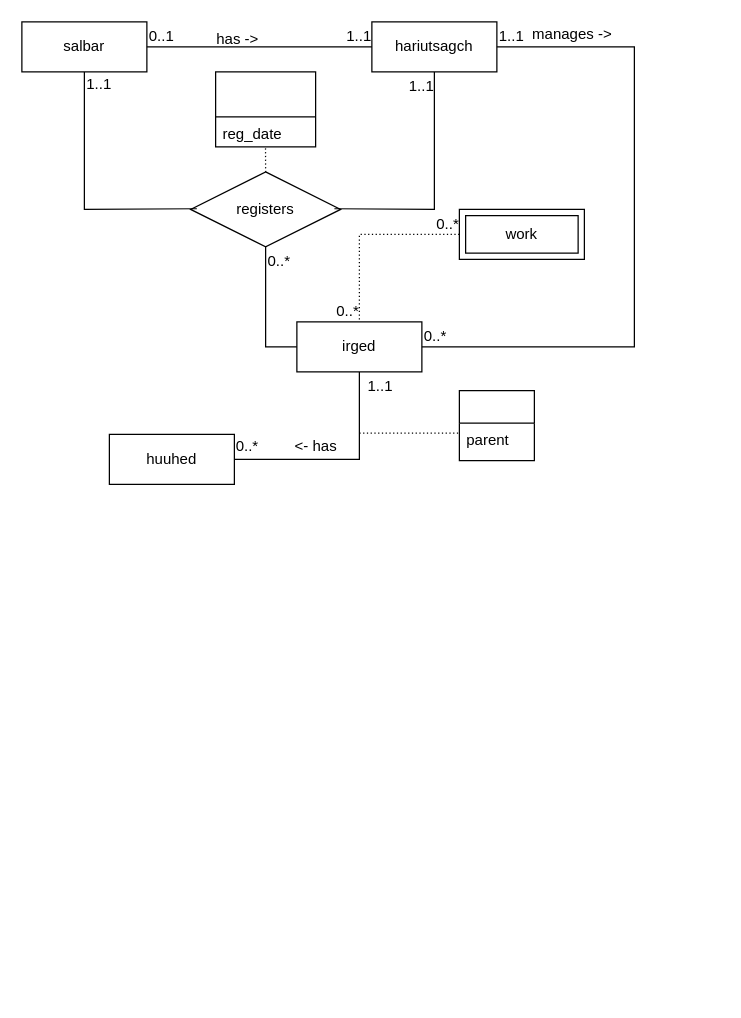
Earlier version of the draw.io diagram page "Page-1" (1 of 2) of Untitled Diagram.drawio (Tseku210/database_ERD). Source tidied: cells renumbered, new cells numbered last; positions are measured from the earlier drawing's top-left corner, leaving out a move shared by most shapes. Both pictures are drawn from the tidied source at 125%, with x=0, y=0 at pixel (21, 21).
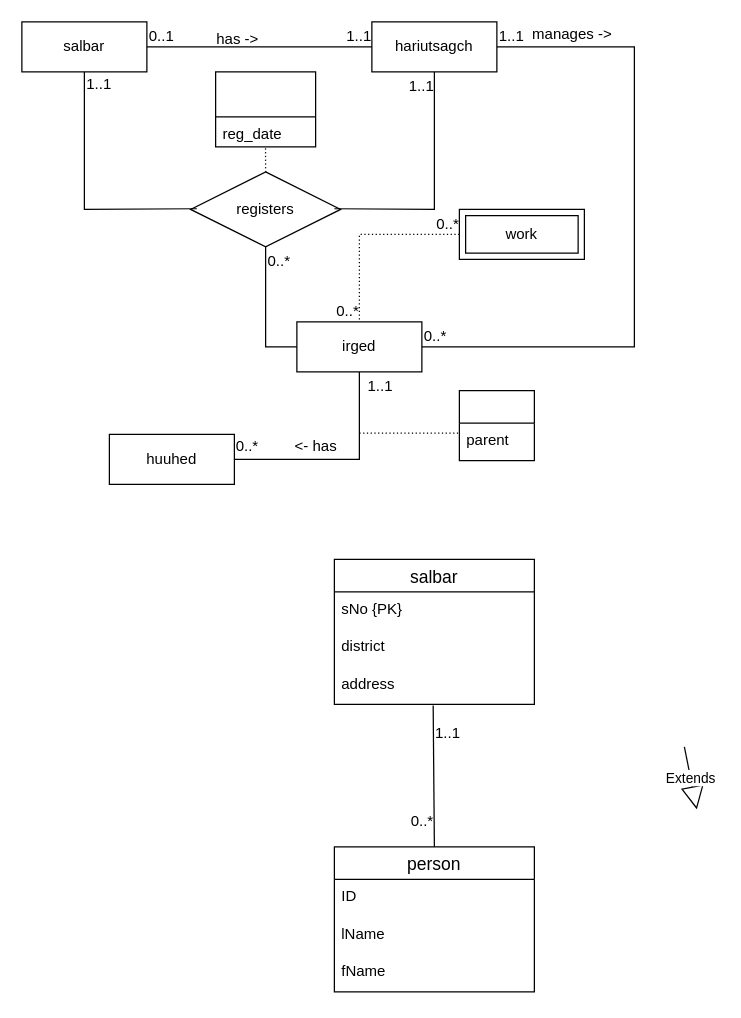
The same page after the edit.

Diff of the diagram source:
```diff
@@
+    <mxCell id="36" value="salbar" style="swimlane;fontStyle=0;horizontal=1;startSize=26;align=center;fontSize=14;" parent="1" vertex="1">
+      <mxGeometry x="250" y="430" width="160" height="116" as="geometry" />
+    </mxCell>
+    <mxCell id="37" value="sNo {PK}" style="text;strokeColor=none;fillColor=none;spacingLeft=4;spacingRight=4;overflow=hidden;fontSize=12;" parent="36" vertex="1">
+      <mxGeometry y="26" width="160" height="30" as="geometry" />
+    </mxCell>
+    <mxCell id="38" value="district" style="text;strokeColor=none;fillColor=none;spacingLeft=4;spacingRight=4;overflow=hidden;fontSize=12;" parent="36" vertex="1">
+      <mxGeometry y="56" width="160" height="30" as="geometry" />
+    </mxCell>
+    <mxCell id="39" value="address" style="text;strokeColor=none;fillColor=none;spacingLeft=4;spacingRight=4;overflow=hidden;points=[[0,0.5],[1,0.5]];portConstraint=eastwest;fontSize=12;" parent="36" vertex="1">
+      <mxGeometry y="86" width="160" height="30" as="geometry" />
+    </mxCell>
+    <mxCell id="40" value="person" style="swimlane;fontStyle=0;horizontal=1;startSize=26;align=center;fontSize=14;" parent="1" vertex="1">
+      <mxGeometry x="250" y="660" width="160" height="116" as="geometry" />
+    </mxCell>
+    <mxCell id="41" value="ID" style="text;strokeColor=none;fillColor=none;spacingLeft=4;spacingRight=4;overflow=hidden;fontSize=12;" parent="40" vertex="1">
+      <mxGeometry y="26" width="160" height="30" as="geometry" />
+    </mxCell>
+    <mxCell id="42" value="lName" style="text;strokeColor=none;fillColor=none;spacingLeft=4;spacingRight=4;overflow=hidden;fontSize=12;" parent="40" vertex="1">
+      <mxGeometry y="56" width="160" height="30" as="geometry" />
+    </mxCell>
+    <mxCell id="43" value="fName" style="text;strokeColor=none;fillColor=none;spacingLeft=4;spacingRight=4;overflow=hidden;fontSize=12;" parent="40" vertex="1">
+      <mxGeometry y="86" width="160" height="30" as="geometry" />
+    </mxCell>
+    <mxCell id="44" value="Extends" style="endArrow=block;endSize=16;endFill=0;html=1;rounded=0;" parent="1" edge="1">
+      <mxGeometry relative="1" as="geometry">
+        <mxPoint x="530" y="580" as="sourcePoint" />
+        <mxPoint x="540" y="630" as="targetPoint" />
+      </mxGeometry>
+    </mxCell>
+    <mxCell id="45" style="endArrow=none;html=1;rounded=0;entryX=0.5;entryY=0;entryDx=0;entryDy=0;exitX=0.494;exitY=1.033;exitDx=0;exitDy=0;exitPerimeter=0;" parent="1" edge="1" source="39" target="40">
+      <mxGeometry relative="1" as="geometry" />
+    </mxCell>
+    <mxCell id="46" value="1..1" style="html=1;align=left;verticalAlign=bottom;" parent="45" vertex="1">
+      <mxGeometry x="-1" relative="1" as="geometry">
+        <mxPoint y="30" as="offset" />
+      </mxGeometry>
+    </mxCell>
+    <mxCell id="47" style="html=1;align=right;verticalAlign=bottom;" parent="45" vertex="1">
+      <mxGeometry x="1" relative="1" as="geometry">
+        <mxPoint x="-1" as="offset" />
+      </mxGeometry>
+    </mxCell>
+    <mxCell id="48" value="0..*" style="text;html=1;align=center;verticalAlign=middle;strokeColor=none;fillColor=none;" parent="1" vertex="1">
+      <mxGeometry x="305" y="630" width="30" height="20" as="geometry" />
+    </mxCell>
```
